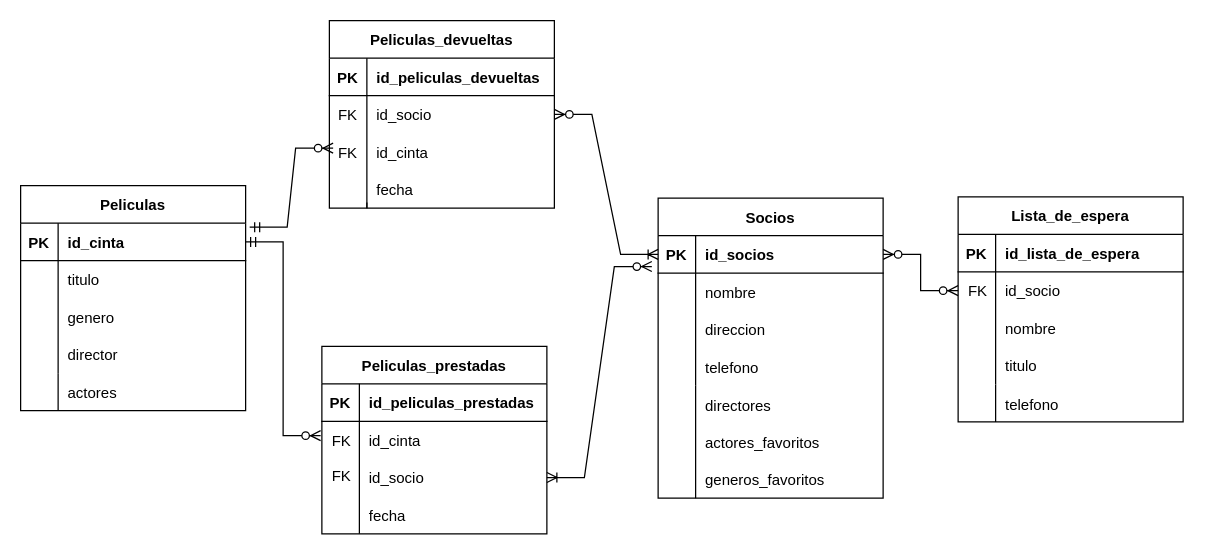
alonfigue/VideoClubDB keeps this draw.io diagram as Draw.io/VideoClub-DER.drawio. Above is the earlier version. Source tidied: cells renumbered, new cells numbered last; positions are measured from the earlier drawing's top-left corner, leaving out a move shared by most shapes. Both pictures are drawn from the tidied source at 125%, with x=0, y=0 at pixel (20, 20).
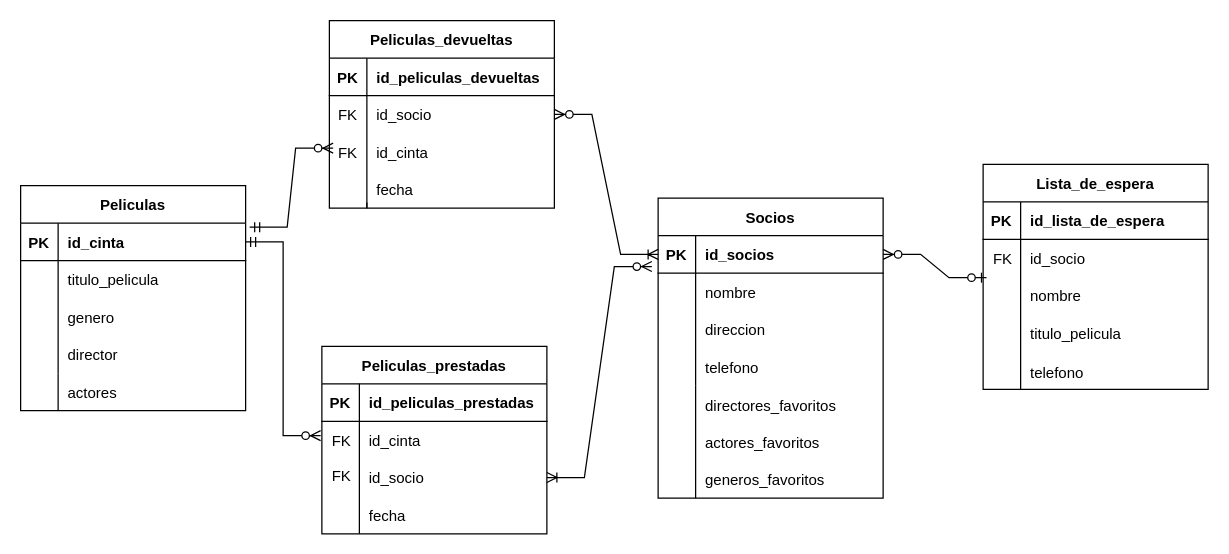
Above is the later version.

Unchanged cells that the change refers to:
```xml
<mxCell id="6" style="shape=tableRow;horizontal=0;startSize=0;swimlaneHead=0;swimlaneBody=0;fillColor=none;top=0;left=0;right=0;bottom=0;" parent="2" vertex="1">
  <mxGeometry y="60" width="180" height="30" as="geometry" />
</mxCell>
<mxCell id="20" style="shape=tableRow;horizontal=0;startSize=0;swimlaneHead=0;swimlaneBody=0;fillColor=none;points=[[0,0.5],[1,0.5]];portConstraint=eastwest;top=0;left=0;right=0;bottom=1;" parent="19" vertex="1">
  <mxGeometry y="30" width="180" height="30" as="geometry" />
</mxCell>
<mxCell id="41" style="shape=tableRow;horizontal=0;startSize=0;swimlaneHead=0;swimlaneBody=0;fillColor=none;points=[[0,0.5],[1,0.5]];portConstraint=eastwest;top=0;left=0;right=0;bottom=0;" parent="37" vertex="1">
  <mxGeometry y="60" width="180" height="30" as="geometry" />
</mxCell>
<mxCell id="44" style="shape=tableRow;horizontal=0;startSize=0;swimlaneHead=0;swimlaneBody=0;fillColor=none;points=[[0,0.5],[1,0.5]];portConstraint=eastwest;top=0;left=0;right=0;bottom=0;" parent="37" vertex="1">
  <mxGeometry y="90" width="180" height="30" as="geometry" />
</mxCell>
<mxCell id="47" style="shape=tableRow;horizontal=0;startSize=0;swimlaneHead=0;swimlaneBody=0;fillColor=none;top=0;left=0;right=0;bottom=0;" parent="37" vertex="1">
  <mxGeometry y="120" width="180" height="30" as="geometry" />
</mxCell>
```

Diff of the diagram source:
```diff
@@
-    <mxCell id="8" value="titulo" style="shape=partialRectangle;fillColor=none;top=0;left=0;bottom=0;right=0;align=left;spacingLeft=6;overflow=hidden;" parent="6" vertex="1">
+    <mxCell id="8" value="titulo_pelicula" style="shape=partialRectangle;fillColor=none;top=0;left=0;bottom=0;right=0;align=left;spacingLeft=6;overflow=hidden;" parent="6" vertex="1">
       <mxGeometry x="30" width="150" height="30" as="geometry" />
     </mxCell>
@@
-    <mxCell id="32" value="directores" style="shape=partialRectangle;fillColor=none;top=0;left=0;bottom=0;right=0;align=left;spacingLeft=6;overflow=hidden;" parent="1" vertex="1">
+    <mxCell id="32" value="directores_favoritos" style="shape=partialRectangle;fillColor=none;top=0;left=0;bottom=0;right=0;align=left;spacingLeft=6;overflow=hidden;" parent="1" vertex="1">
       <mxGeometry x="540" y="293" width="150" height="30" as="geometry" />
     </mxCell>
@@
     <mxCell id="37" value="Lista_de_espera" style="shape=table;startSize=30;childLayout=tableLayout;rowLines=0;fontStyle=1;align=center;" parent="1" vertex="1">
-      <mxGeometry x="750" y="141" width="180" height="180" as="geometry" />
+      <mxGeometry x="770" y="115" width="180" height="180" as="geometry" />
     </mxCell>
@@
-    <mxCell id="49" value="titulo" style="shape=partialRectangle;fillColor=none;top=0;left=0;bottom=0;right=0;align=left;spacingLeft=6;overflow=hidden;" parent="47" vertex="1">
+    <mxCell id="49" value="titulo_pelicula" style="shape=partialRectangle;fillColor=none;top=0;left=0;bottom=0;right=0;align=left;spacingLeft=6;overflow=hidden;" parent="47" vertex="1">
       <mxGeometry x="30" width="150" height="30" as="geometry" />
     </mxCell>
     <mxCell id="50" value="telefono" style="shape=partialRectangle;fillColor=none;top=0;left=0;bottom=0;right=0;align=left;spacingLeft=6;overflow=hidden;" parent="1" vertex="1">
-      <mxGeometry x="780" y="292" width="150" height="30" as="geometry" />
+      <mxGeometry x="800" y="266" width="150" height="30" as="geometry" />
     </mxCell>
     <mxCell id="51" style="shape=partialRectangle;fillColor=none;top=0;left=0;bottom=0;right=0;overflow=hidden;" parent="1" vertex="1">
-      <mxGeometry x="750" y="291" width="30" height="30" as="geometry" />
+      <mxGeometry x="770" y="265" width="30" height="30" as="geometry" />
     </mxCell>
     <mxCell id="52" style="endArrow=none;html=1;rounded=0;" parent="1" edge="1">
       <mxGeometry relative="1" as="geometry">
-        <mxPoint x="780" y="321" as="sourcePoint" />
-        <mxPoint x="780" y="291" as="targetPoint" />
+        <mxPoint x="800" y="295" as="sourcePoint" />
+        <mxPoint x="800" y="265" as="targetPoint" />
       </mxGeometry>
     </mxCell>
     <mxCell id="53" value="FK" style="shape=partialRectangle;fillColor=none;top=0;left=0;bottom=0;right=0;fontStyle=0;overflow=hidden;" parent="1" vertex="1">
-      <mxGeometry x="736" y="206" width="60" height="20" as="geometry" />
+      <mxGeometry x="756" y="180" width="60" height="20" as="geometry" />
     </mxCell>
@@
-    <mxCell id="88" style="edgeStyle=entityRelationEdgeStyle;fontSize=12;html=1;endArrow=ERzeroToMany;endFill=1;startArrow=ERzeroToMany;rounded=0;exitX=1;exitY=0.5;exitDx=0;exitDy=0;entryX=0;entryY=0.5;entryDx=0;entryDy=0;" parent="1" edge="1" source="20" target="41">
-      <mxGeometry relative="1" as="geometry" />
-    </mxCell>
@@
+    <mxCell id="93" style="edgeStyle=entityRelationEdgeStyle;fontSize=12;html=1;endArrow=ERzeroToMany;startArrow=ERzeroToOne;rounded=0;exitX=0.015;exitY=0.022;exitDx=0;exitDy=0;entryX=1;entryY=0.5;entryDx=0;entryDy=0;exitPerimeter=0;" parent="1" edge="1" source="44" target="20">
+      <mxGeometry relative="1" as="geometry" />
+    </mxCell>
```
